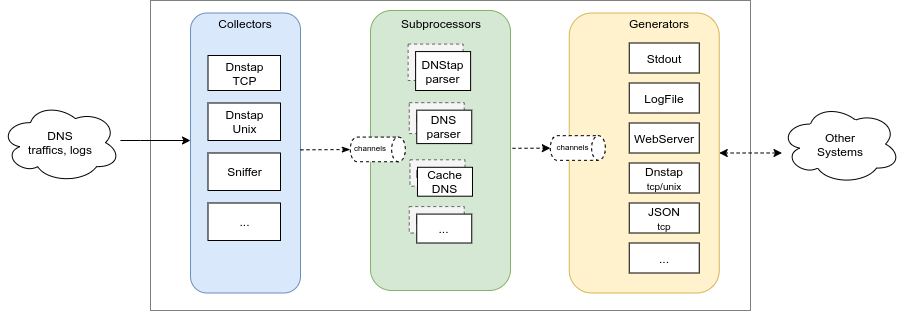
Before: doc/overview.png, a diagram exported from draw.io (dmachard/go-dnscollector). Source tidied: cells renumbered, new cells last; positions are measured from the earlier drawing's top-left corner, leaving out a move shared by most shapes.
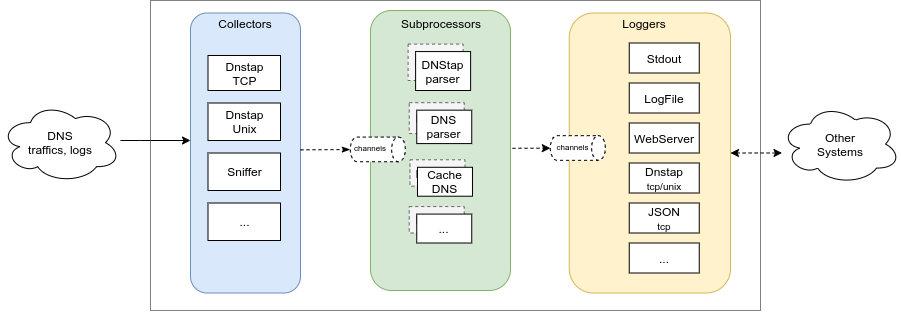
The same file after the commit.

Change to the diagram source:
```diff
@@ -3,7 +3,7 @@
     <mxCell id="0" />
     <mxCell id="1" parent="0" />
     <mxCell id="2" style="rounded=0;whiteSpace=wrap;html=1;dashed=1;dashPattern=1 1;" parent="1" vertex="1">
-      <mxGeometry x="150" width="600" height="310" as="geometry" />
+      <mxGeometry x="150" width="610" height="310" as="geometry" />
     </mxCell>
     <mxCell id="3" style="rounded=1;whiteSpace=wrap;html=1;fillColor=#dae8fc;strokeColor=#6c8ebf;" parent="1" vertex="1">
       <mxGeometry x="190" y="12.5" width="110" height="280" as="geometry" />
@@ -12,10 +12,10 @@
       <mxGeometry x="225" y="12.5" width="40" height="20" as="geometry" />
     </mxCell>
     <mxCell id="5" style="rounded=1;whiteSpace=wrap;html=1;fillColor=#fff2cc;strokeColor=#d6b656;" parent="1" vertex="1">
-      <mxGeometry x="568.8" y="12.5" width="150" height="280" as="geometry" />
+      <mxGeometry x="568.8" y="12.5" width="161.2" height="280" as="geometry" />
     </mxCell>
-    <mxCell id="6" value="Generators" style="text;html=1;strokeColor=none;fillColor=none;align=center;verticalAlign=middle;whiteSpace=wrap;rounded=0;" parent="1" vertex="1">
-      <mxGeometry x="638.8" y="12.5" width="40" height="20" as="geometry" />
+    <mxCell id="6" value="Loggers" style="text;html=1;strokeColor=none;fillColor=none;align=center;verticalAlign=middle;whiteSpace=wrap;rounded=0;" parent="1" vertex="1">
+      <mxGeometry x="623.8" y="12.5" width="40" height="20" as="geometry" />
     </mxCell>
     <mxCell id="7" value="Dnstap&lt;br&gt;TCP" style="rounded=0;whiteSpace=wrap;html=1;" parent="1" vertex="1">
       <mxGeometry x="207.5" y="55" width="72.5" height="35" as="geometry" />
```
